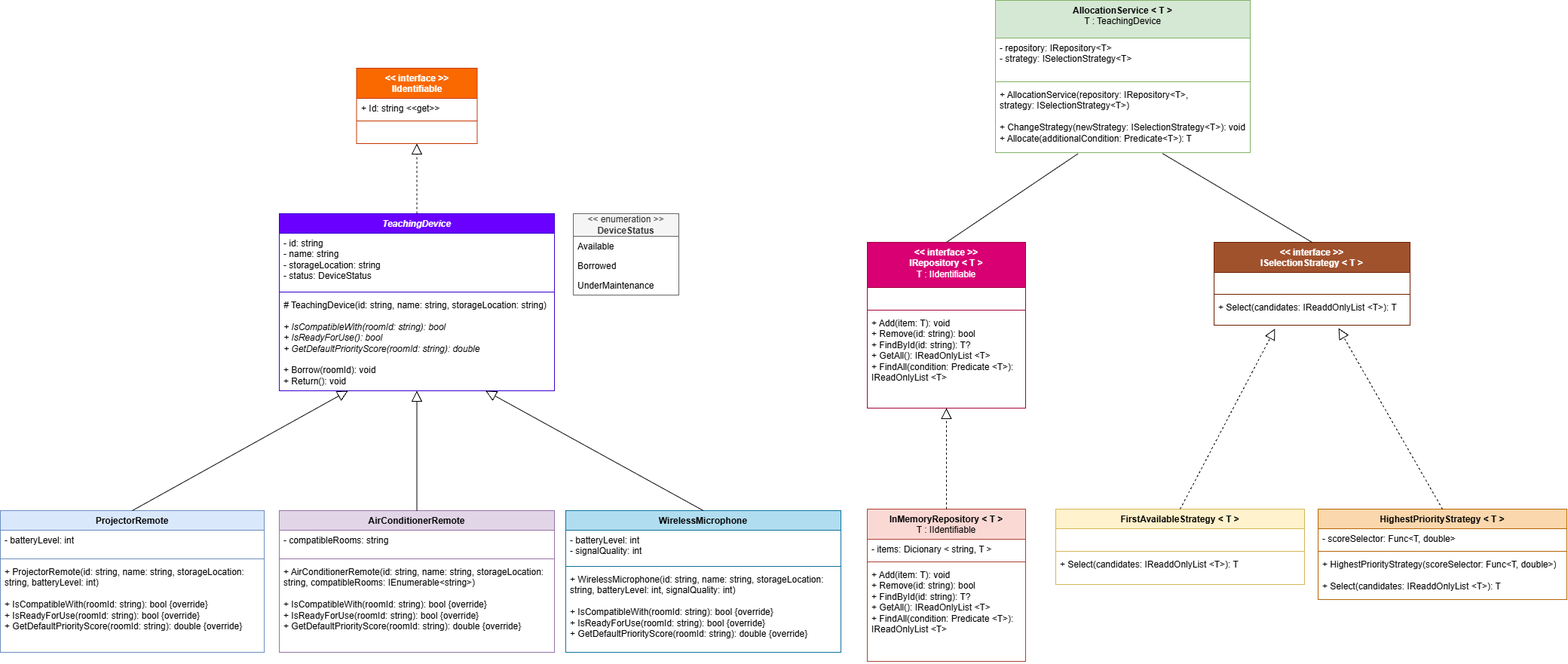
Above: LAB_07/UML/Business_UML.png in Vithx06/OOP_LAB (draw.io), before the change. Source tidied: cells renumbered, new cells last; positions are measured from the earlier drawing's top-left corner, leaving out a move shared by most shapes.
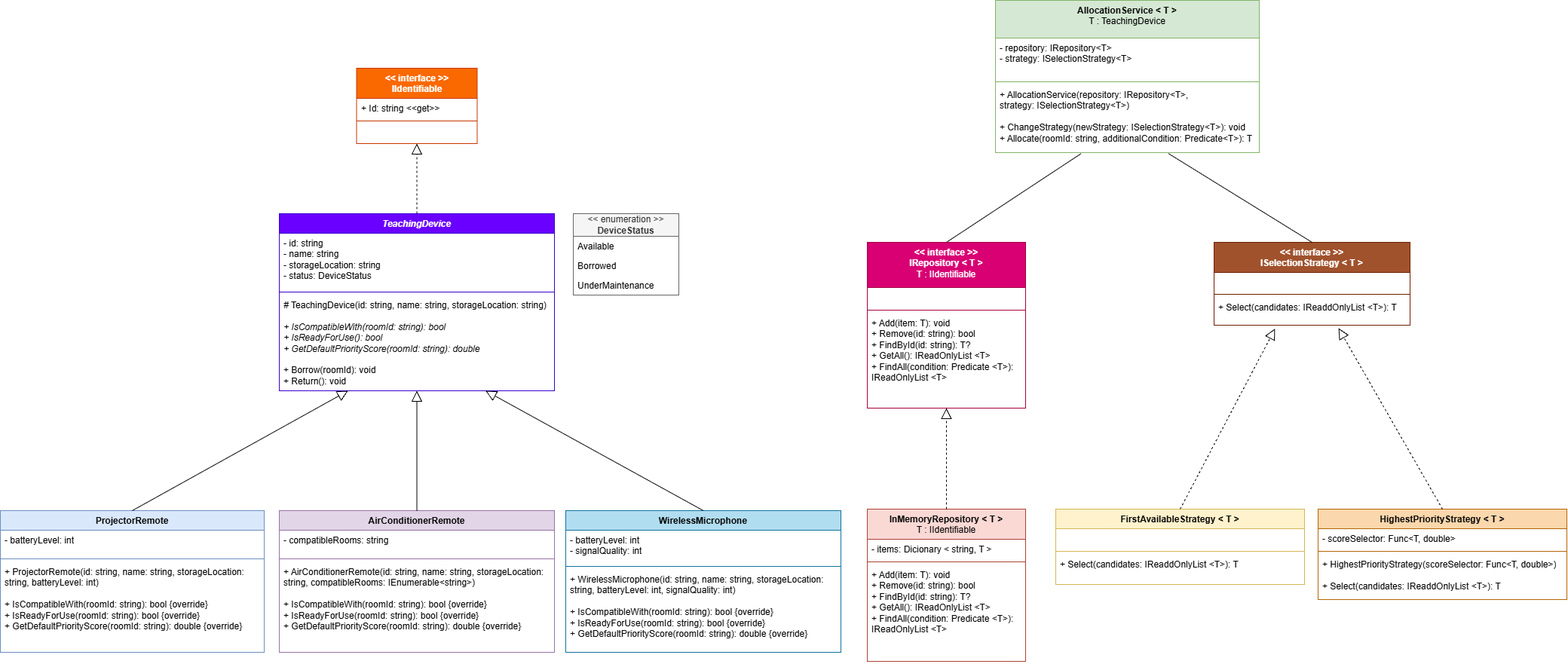
Above is the later version.

Commit message:
Lab_07 add Exception UML and update Business UML

The edit, as a diff of the source:
```diff
@@ -144,16 +144,16 @@
       <mxGeometry y="60" width="330" height="60" as="geometry" />
     </mxCell>
     <mxCell id="49" value="AllocationService &amp;lt; T &amp;gt;&lt;div&gt;&lt;span style=&quot;font-weight: normal;&quot;&gt;T : TeachingDevice&lt;/span&gt;&lt;/div&gt;" style="swimlane;fontStyle=1;align=center;verticalAlign=top;horizontal=1;startSize=50;whiteSpace=wrap;html=1;fillColor=#d5e8d4;strokeColor=#82b366;" parent="1" vertex="1">
-      <mxGeometry x="1320" width="338" height="202" as="geometry" />
+      <mxGeometry x="1320" width="350" height="202" as="geometry" />
     </mxCell>
     <mxCell id="50" value="- repository: IRepository&amp;lt;T&amp;gt;&amp;nbsp;&lt;div&gt;- strategy: ISelectionStrategy&amp;lt;T&amp;gt;&lt;/div&gt;" style="text;strokeColor=none;fillColor=none;align=left;verticalAlign=top;spacingLeft=4;spacingRight=4;overflow=hidden;whiteSpace=wrap;html=1;" parent="49" vertex="1">
-      <mxGeometry y="50" width="338" height="54" as="geometry" />
+      <mxGeometry y="50" width="350" height="54" as="geometry" />
     </mxCell>
     <mxCell id="51" style="line;strokeWidth=1;fillColor=none;align=left;verticalAlign=middle;spacingTop=-1;spacingLeft=3;spacingRight=3;labelPosition=right;strokeColor=inherit;labelPerimeter=1;" parent="49" vertex="1">
-      <mxGeometry y="104" width="338" height="8" as="geometry" />
+      <mxGeometry y="104" width="350" height="8" as="geometry" />
     </mxCell>
-    <mxCell id="52" value="+ AllocationService(repository: IRepository&amp;lt;T&amp;gt;,&amp;nbsp;&lt;div&gt;strategy: ISelectionStrategy&amp;lt;T&amp;gt;)&lt;br&gt;&lt;br&gt;&lt;div&gt;+ ChangeStrategy(newStrategy: ISelectionStrategy&amp;lt;T&amp;gt;): void&lt;br&gt;+ Allocate(additionalCondition: Predicate&amp;lt;T&amp;gt;): T&lt;/div&gt;&lt;/div&gt;" style="text;strokeColor=none;fillColor=none;align=left;verticalAlign=top;spacingLeft=4;spacingRight=4;overflow=hidden;points=[[0,0.5],[1,0.5]];portConstraint=eastwest;whiteSpace=wrap;html=1;" parent="49" vertex="1">
-      <mxGeometry y="112" width="338" height="90" as="geometry" />
+    <mxCell id="52" value="+ AllocationService(repository: IRepository&amp;lt;T&amp;gt;,&amp;nbsp;&lt;div&gt;strategy: ISelectionStrategy&amp;lt;T&amp;gt;)&lt;br&gt;&lt;br&gt;&lt;div&gt;+ ChangeStrategy(newStrategy: ISelectionStrategy&amp;lt;T&amp;gt;): void&lt;br&gt;+ Allocate(roomId: string, additionalCondition: Predicate&amp;lt;T&amp;gt;): T&lt;/div&gt;&lt;/div&gt;" style="text;strokeColor=none;fillColor=none;align=left;verticalAlign=top;spacingLeft=4;spacingRight=4;overflow=hidden;points=[[0,0.5],[1,0.5]];portConstraint=eastwest;whiteSpace=wrap;html=1;" parent="49" vertex="1">
+      <mxGeometry y="112" width="350" height="90" as="geometry" />
     </mxCell>
     <mxCell id="53" style="endArrow=block;endFill=0;endSize=12;html=1;rounded=0;exitX=0.5;exitY=0;exitDx=0;exitDy=0;dashed=1;" parent="1" edge="1" source="6" target="28">
       <mxGeometry relative="1" as="geometry" />
```
